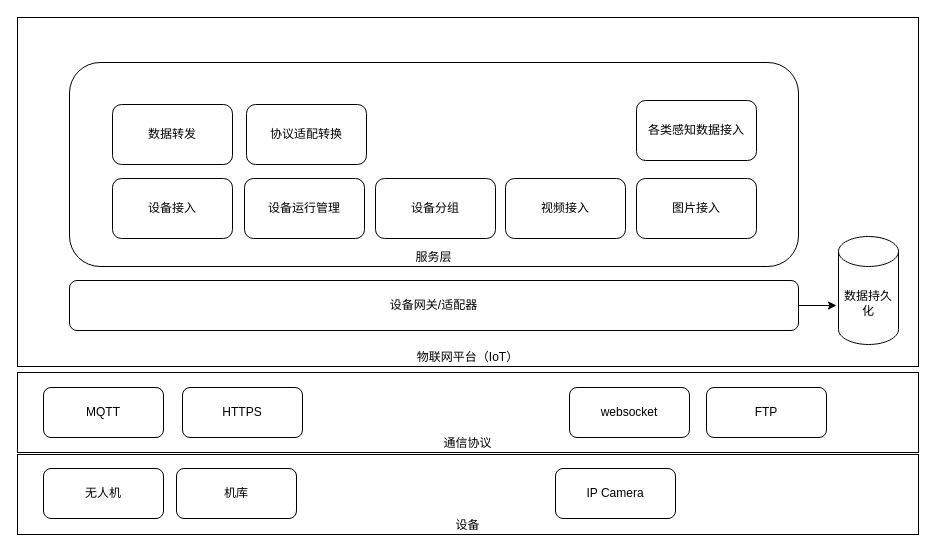
Before: IOT构思.drawio in yangchenyu/micro-service, a draw.io diagram. Source tidied: cells renumbered, new cells numbered last; positions are measured from the earlier drawing's top-left corner, leaving out a move shared by most shapes. Both pictures are drawn from the tidied source at 100%, with x=0, y=0 at pixel (17, 17).
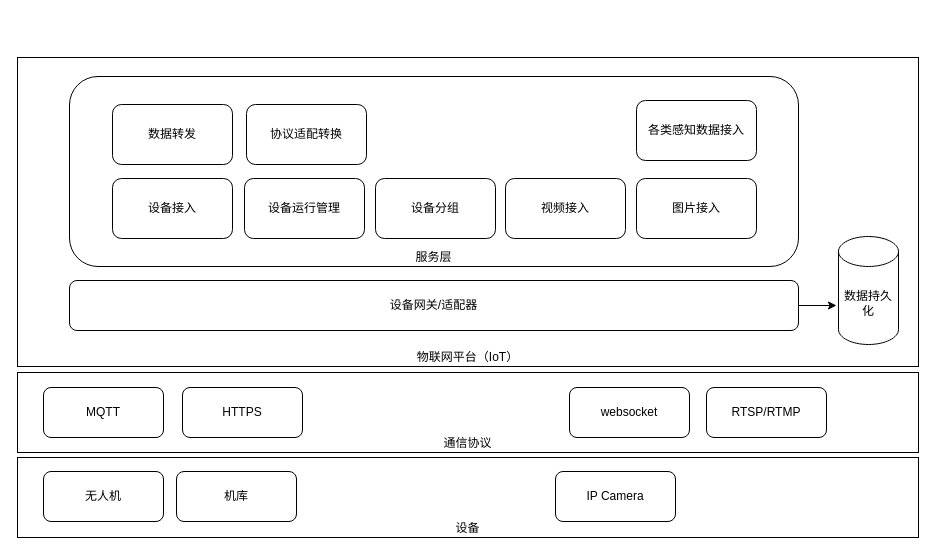
After the change.

Diff of the diagram source:
```diff
@@
     <mxCell id="2" value="物联网平台（IoT）" style="rounded=0;whiteSpace=wrap;html=1;verticalAlign=bottom;" parent="1" vertex="1">
-      <mxGeometry width="901" height="349" as="geometry" />
+      <mxGeometry y="40" width="901" height="309" as="geometry" />
     </mxCell>
     <mxCell id="3" value="服务层" style="rounded=1;whiteSpace=wrap;html=1;verticalAlign=bottom;" parent="1" vertex="1">
-      <mxGeometry x="52" y="45" width="729" height="204" as="geometry" />
+      <mxGeometry x="52" y="59" width="729" height="190" as="geometry" />
     </mxCell>
@@
     <mxCell id="5" value="设备" style="rounded=0;whiteSpace=wrap;html=1;verticalAlign=bottom;" parent="1" vertex="1">
-      <mxGeometry y="437" width="901" height="80" as="geometry" />
+      <mxGeometry y="440" width="901" height="80" as="geometry" />
     </mxCell>
@@
     <mxCell id="10" value="无人机" style="rounded=1;whiteSpace=wrap;html=1;" parent="1" vertex="1">
-      <mxGeometry x="26" y="451" width="120" height="50" as="geometry" />
+      <mxGeometry x="26" y="454" width="120" height="50" as="geometry" />
     </mxCell>
     <mxCell id="11" value="机库" style="rounded=1;whiteSpace=wrap;html=1;" parent="1" vertex="1">
-      <mxGeometry x="159" y="451" width="120" height="50" as="geometry" />
+      <mxGeometry x="159" y="454" width="120" height="50" as="geometry" />
     </mxCell>
     <mxCell id="12" value="IP Camera" style="rounded=1;whiteSpace=wrap;html=1;" parent="1" vertex="1">
-      <mxGeometry x="538" y="451" width="120" height="50" as="geometry" />
+      <mxGeometry x="538" y="454" width="120" height="50" as="geometry" />
     </mxCell>
@@
-    <mxCell id="16" value="FTP" style="rounded=1;whiteSpace=wrap;html=1;" parent="1" vertex="1">
+    <mxCell id="16" value="RTSP/RTMP" style="rounded=1;whiteSpace=wrap;html=1;" parent="1" vertex="1">
       <mxGeometry x="689" y="370" width="120" height="50" as="geometry" />
     </mxCell>
```
